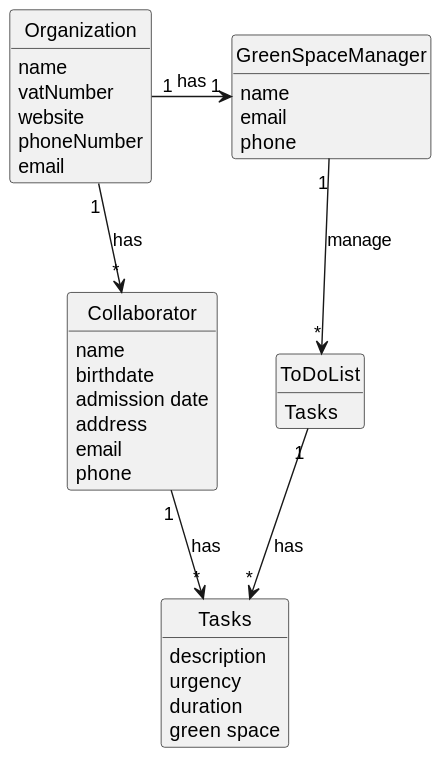
Before: docs/sprintC/us021/02.analysis/svg/us021-domain-model.svg, a diagram exported from PlantUML (Departamento-de-Engenharia-Informatica/lei-24-s2-1dkl-g134). Source of this version:
```plantuml
@startuml
skinparam monochrome true
skinparam packageStyle rectangle
skinparam shadowing false

skinparam classAttributeIconSize 0

hide circle
hide methods


class Organization {
    name
    vatNumber
    website
    phoneNumber
    email
}

class Tasks {
 description
 urgency
 duration
 green space
}

class ToDoList {
    Tasks
}

class GreenSpaceManager {
    name
    email
    phone
}

class Collaborator {
    name
    birthdate
    admission date
    address
    email
    phone
}

Organization "1" --> "*" Collaborator : has
Organization "1" -> "1" GreenSpaceManager : has
Collaborator "1" --> "*" Tasks : has
GreenSpaceManager "1" --> "*" ToDoList : manage
ToDoList "1" --> "*" Tasks :has
@enduml
```
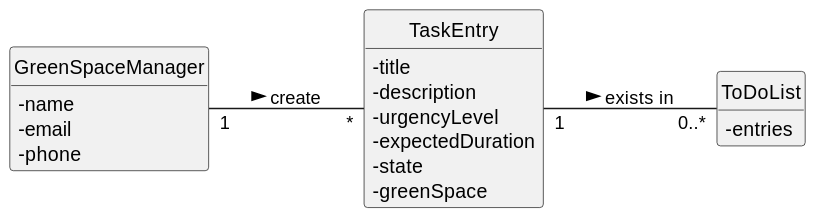
After the commit.

Change to the diagram source:
```diff
@@ -2,6 +2,8 @@
 skinparam monochrome true
 skinparam packageStyle rectangle
 skinparam shadowing false
+
+left to right direction
 
 skinparam classAttributeIconSize 0
 
@@ -9,43 +11,29 @@
 hide methods
 
 
-class Organization {
-    name
-    vatNumber
-    website
-    phoneNumber
-    email
+
+class "TaskEntry" {
+    -title
+    -description
+    -urgencyLevel
+    -expectedDuration
+    -state
+    -greenSpace
 }
 
-class Tasks {
- description
- urgency
- duration
- green space
+
+class "GreenSpaceManager"{
+        -name
+        -email
+        -phone
+
 }
 
-class ToDoList {
-    Tasks
+
+class "ToDoList" {
+    -entries
 }
 
-class GreenSpaceManager {
-    name
-    email
-    phone
-}
-
-class Collaborator {
-    name
-    birthdate
-    admission date
-    address
-    email
-    phone
-}
-
-Organization "1" --> "*" Collaborator : has
-Organization "1" -> "1" GreenSpaceManager : has
-Collaborator "1" --> "*" Tasks : has
-GreenSpaceManager "1" --> "*" ToDoList : manage
-ToDoList "1" --> "*" Tasks :has
+"GreenSpaceManager" "1" -- "*" "TaskEntry" :  create >
+TaskEntry "1" -- "0..*" ToDoList : exists in >
 @enduml
```
